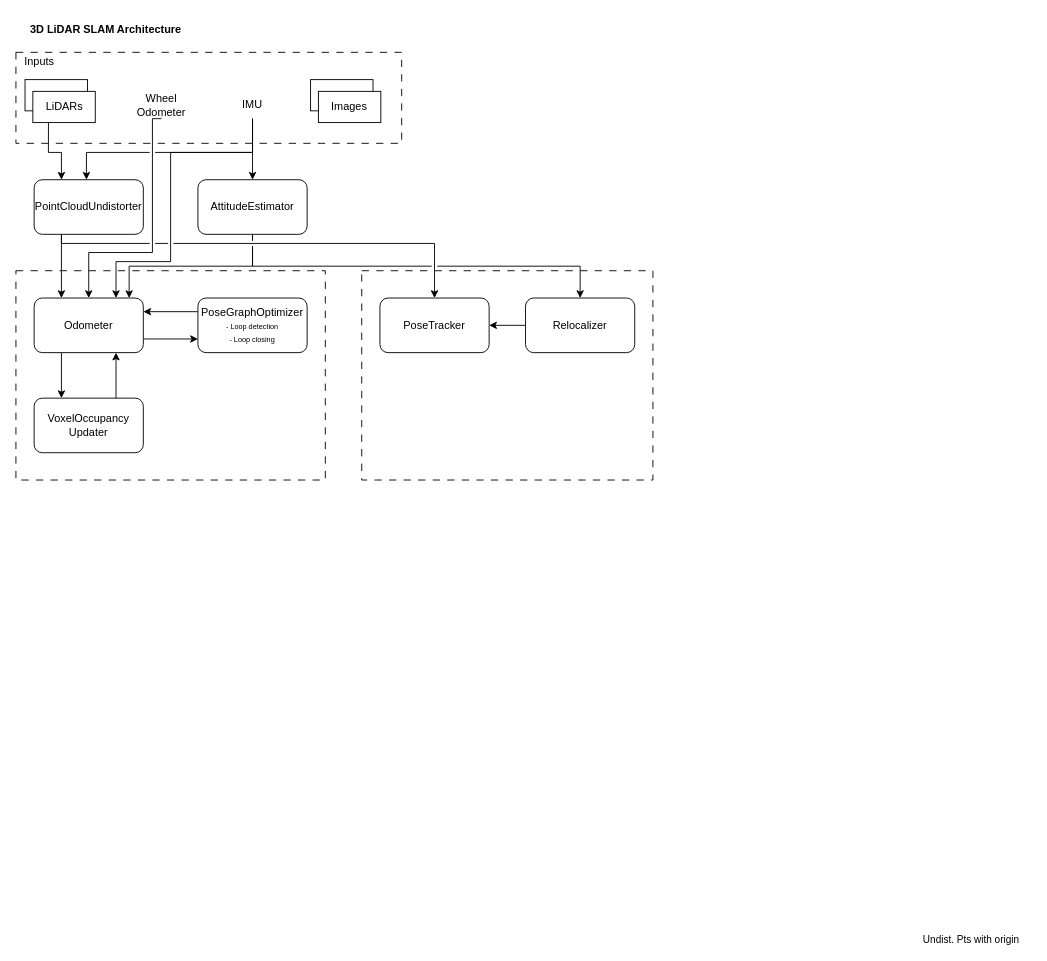
Before: 3D SLAM.drawio in chkim-holiday/draw_io_storage, a draw.io diagram. Source tidied: cells renumbered, new cells numbered last; positions are measured from the earlier drawing's top-left corner, leaving out a move shared by most shapes. Both pictures are drawn from the tidied source at 91%, with x=0, y=0 at pixel (15, 15).
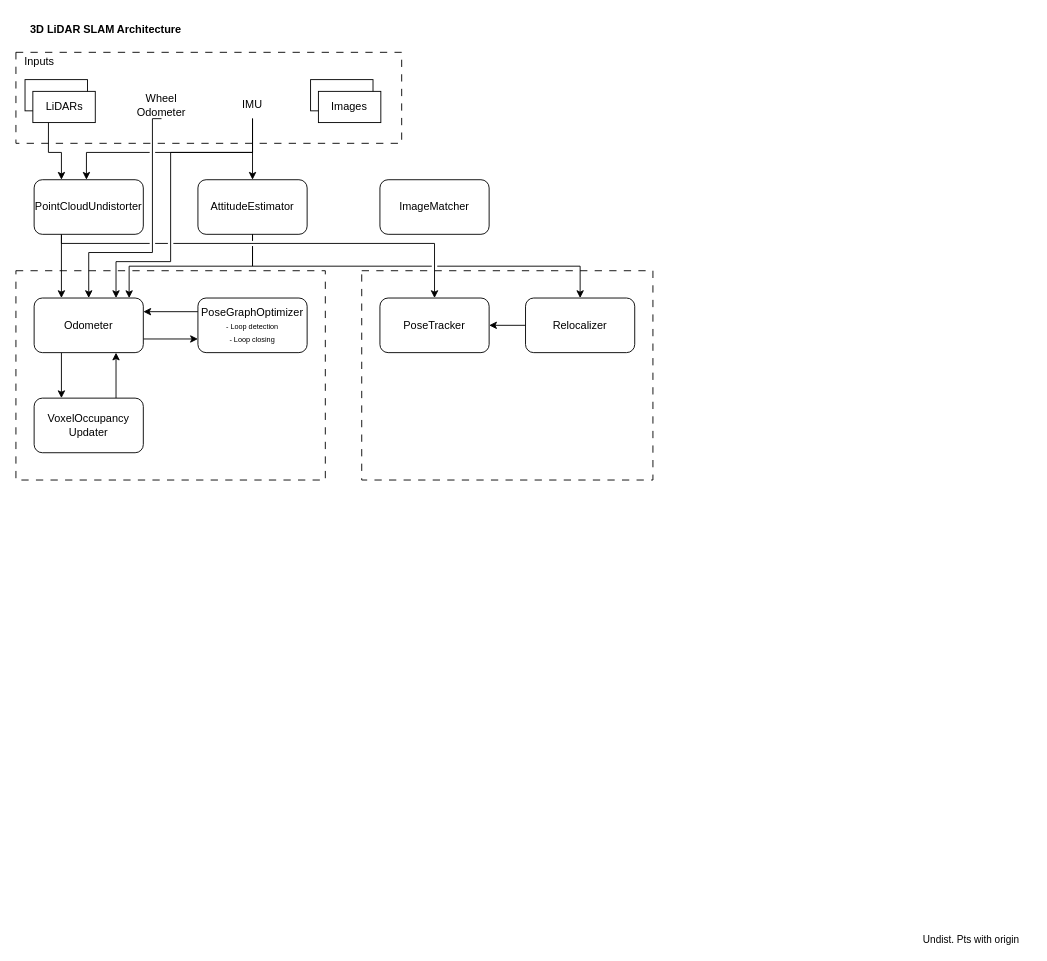
After the change.

What changed in the source:
```diff
@@
+    <mxCell id="35" value="ImageMatcher" style="rounded=1;whiteSpace=wrap;html=1;" parent="1" vertex="1">
+      <mxGeometry x="400" y="180" width="120" height="60" as="geometry" />
+    </mxCell>
```
